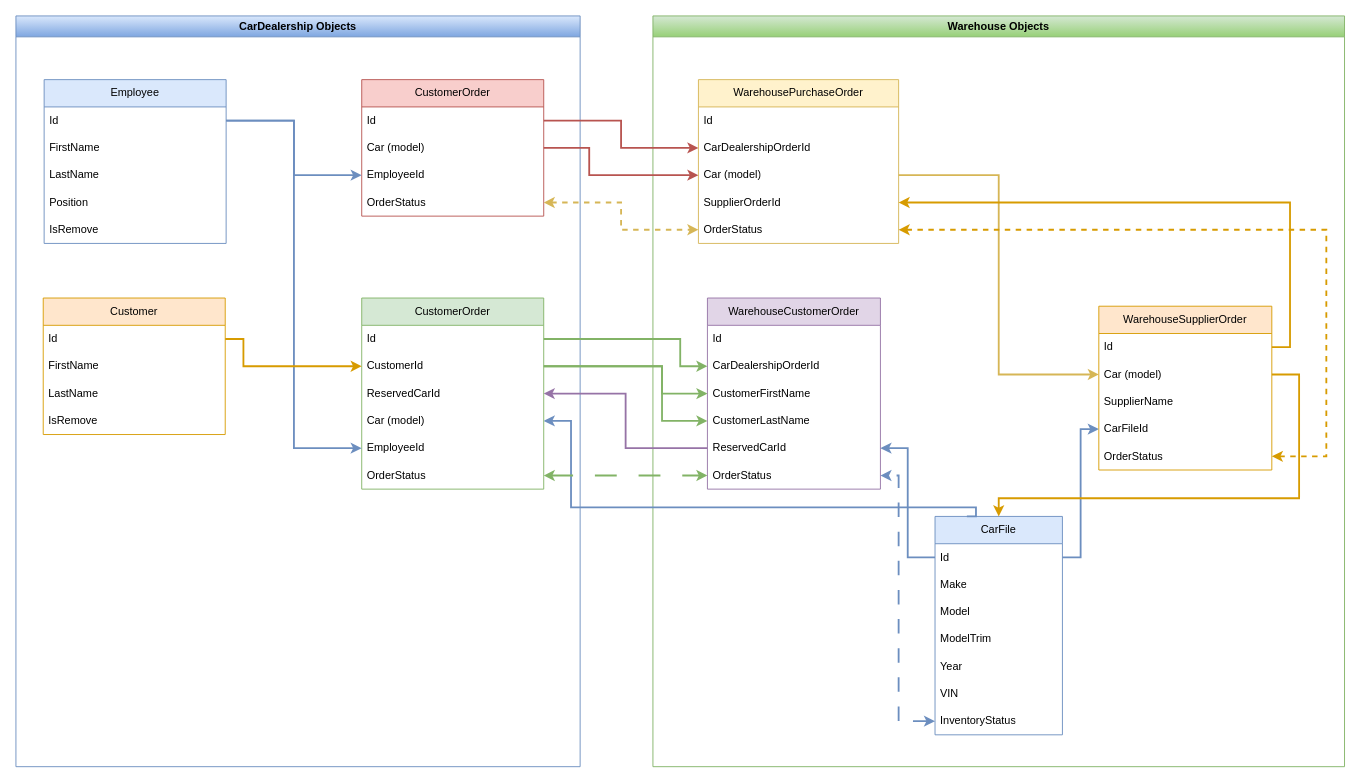
The draw.io diagram Object.drawio in capit33/CarDealership, before the edit. Source tidied: cells renumbered, new cells numbered last; positions are measured from the earlier drawing's top-left corner, leaving out a move shared by most shapes. Both pictures are drawn from the tidied source at 91%, with x=0, y=0 at pixel (15, 15).
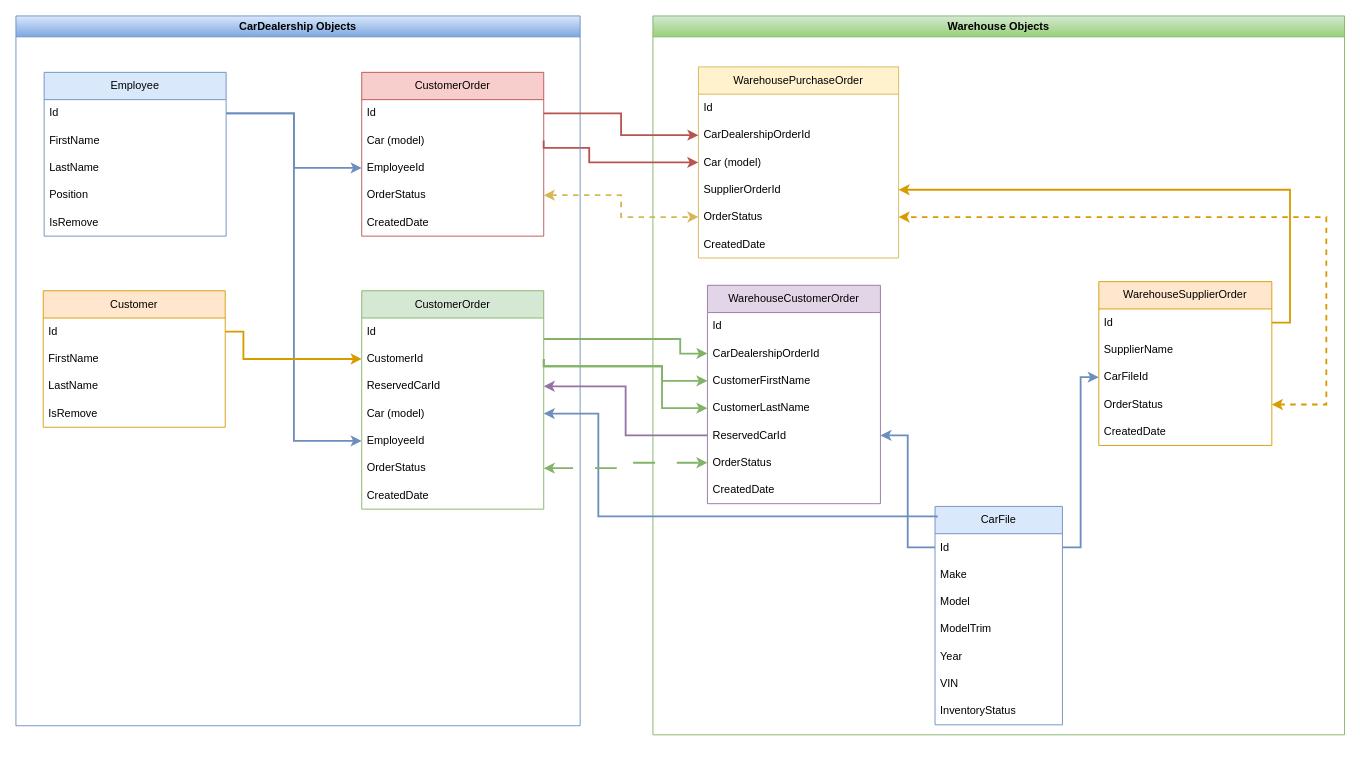
The same diagram, later.

Unchanged cells that the change refers to:
```xml
<mxCell id="10" value="InventoryStatus" style="text;strokeColor=none;fillColor=none;align=left;verticalAlign=middle;spacingLeft=4;spacingRight=4;overflow=hidden;points=[[0,0.5],[1,0.5]];portConstraint=eastwest;whiteSpace=wrap;html=1;" parent="3" vertex="1">
  <mxGeometry y="210" width="140" height="30" as="geometry" />
</mxCell>
<mxCell id="13" value="CarDealershipOrderId" style="text;strokeColor=none;fillColor=none;align=left;verticalAlign=middle;spacingLeft=4;spacingRight=4;overflow=hidden;points=[[0,0.5],[1,0.5]];portConstraint=eastwest;whiteSpace=wrap;html=1;" parent="11" vertex="1">
  <mxGeometry y="60" width="190.1" height="30" as="geometry" />
</mxCell>
<mxCell id="14" value="CustomerFirstName" style="text;strokeColor=none;fillColor=none;align=left;verticalAlign=middle;spacingLeft=4;spacingRight=4;overflow=hidden;points=[[0,0.5],[1,0.5]];portConstraint=eastwest;whiteSpace=wrap;html=1;" parent="11" vertex="1">
  <mxGeometry y="90" width="190.1" height="30" as="geometry" />
</mxCell>
<mxCell id="15" value="CustomerLastName" style="text;strokeColor=none;fillColor=none;align=left;verticalAlign=middle;spacingLeft=4;spacingRight=4;overflow=hidden;points=[[0,0.5],[1,0.5]];portConstraint=eastwest;whiteSpace=wrap;html=1;" parent="11" vertex="1">
  <mxGeometry y="120" width="190.1" height="30" as="geometry" />
</mxCell>
<mxCell id="17" value="OrderStatus" style="text;strokeColor=none;fillColor=none;align=left;verticalAlign=middle;spacingLeft=4;spacingRight=4;overflow=hidden;points=[[0,0.5],[1,0.5]];portConstraint=eastwest;whiteSpace=wrap;html=1;" parent="11" vertex="1">
  <mxGeometry y="180" width="190.1" height="30" as="geometry" />
</mxCell>
<mxCell id="21" value="Car (model)" style="text;strokeColor=none;fillColor=none;align=left;verticalAlign=middle;spacingLeft=4;spacingRight=4;overflow=hidden;points=[[0,0.5],[1,0.5]];portConstraint=eastwest;whiteSpace=wrap;html=1;" parent="18" vertex="1">
  <mxGeometry y="90" width="220" height="30" as="geometry" />
</mxCell>
<mxCell id="23" value="OrderStatus" style="text;strokeColor=none;fillColor=none;align=left;verticalAlign=middle;spacingLeft=4;spacingRight=4;overflow=hidden;points=[[0,0.5],[1,0.5]];portConstraint=eastwest;whiteSpace=wrap;html=1;" parent="18" vertex="1">
  <mxGeometry y="150" width="220" height="30" as="geometry" />
</mxCell>
<mxCell id="39" value="Id" style="text;strokeColor=none;fillColor=none;align=left;verticalAlign=middle;spacingLeft=4;spacingRight=4;overflow=hidden;points=[[0,0.5],[1,0.5]];portConstraint=eastwest;whiteSpace=wrap;html=1;" parent="38" vertex="1">
  <mxGeometry y="30" width="200" height="30" as="geometry" />
</mxCell>
<mxCell id="40" value="CustomerId" style="text;strokeColor=none;fillColor=none;align=left;verticalAlign=middle;spacingLeft=4;spacingRight=4;overflow=hidden;points=[[0,0.5],[1,0.5]];portConstraint=eastwest;whiteSpace=wrap;html=1;" parent="38" vertex="1">
  <mxGeometry y="60" width="200" height="30" as="geometry" />
</mxCell>
<mxCell id="42" value="Car (model)" style="text;strokeColor=none;fillColor=none;align=left;verticalAlign=middle;spacingLeft=4;spacingRight=4;overflow=hidden;points=[[0,0.5],[1,0.5]];portConstraint=eastwest;whiteSpace=wrap;html=1;" parent="38" vertex="1">
  <mxGeometry y="120" width="200" height="30" as="geometry" />
</mxCell>
<mxCell id="47" value="Car (model)" style="text;strokeColor=none;fillColor=none;align=left;verticalAlign=middle;spacingLeft=4;spacingRight=4;overflow=hidden;points=[[0,0.5],[1,0.5]];portConstraint=eastwest;whiteSpace=wrap;html=1;" parent="45" vertex="1">
  <mxGeometry y="60" width="200" height="30" as="geometry" />
</mxCell>
<mxCell id="51" value="Id" style="text;strokeColor=none;fillColor=none;align=left;verticalAlign=middle;spacingLeft=4;spacingRight=4;overflow=hidden;points=[[0,0.5],[1,0.5]];portConstraint=eastwest;whiteSpace=wrap;html=1;" parent="50" vertex="1">
  <mxGeometry y="30" width="200" height="30" as="geometry" />
</mxCell>
```

Change to the diagram source:
```diff
@@
     <mxCell id="2" value="Warehouse Objects" style="swimlane;whiteSpace=wrap;html=1;fillColor=#d5e8d4;strokeColor=#82b366;gradientColor=#97d077;" parent="1" vertex="1">
-      <mxGeometry x="700" width="760" height="825" as="geometry" />
+      <mxGeometry x="700" width="760" height="790" as="geometry" />
     </mxCell>
     <mxCell id="3" value="CarFile" style="swimlane;fontStyle=0;horizontal=1;startSize=30;whiteSpace=wrap;html=1;fillColor=#dae8fc;strokeColor=#6c8ebf;" parent="2" vertex="1">
-      <mxGeometry x="310" y="550" width="140" height="240" as="geometry" />
+      <mxGeometry x="310" y="539" width="140" height="240" as="geometry" />
     </mxCell>
@@
     <mxCell id="11" value="WarehouseCustomerOrder" style="swimlane;fontStyle=0;horizontal=1;startSize=30;whiteSpace=wrap;html=1;fillColor=#e1d5e7;strokeColor=#9673a6;" parent="2" vertex="1">
-      <mxGeometry x="59.9" y="310" width="190.1" height="210" as="geometry" />
+      <mxGeometry x="59.9" y="296" width="190.1" height="240" as="geometry" />
     </mxCell>
@@
+    <mxCell id="73" value="CreatedDate" style="text;strokeColor=none;fillColor=none;align=left;verticalAlign=middle;spacingLeft=4;spacingRight=4;overflow=hidden;whiteSpace=wrap;html=1;" parent="11" vertex="1">
+      <mxGeometry y="210" width="190.1" height="30" as="geometry" />
+    </mxCell>
     <mxCell id="18" value="WarehousePurchaseOrder" style="swimlane;fontStyle=0;horizontal=1;startSize=30;whiteSpace=wrap;html=1;fillColor=#fff2cc;strokeColor=#d6b656;" parent="2" vertex="1">
-      <mxGeometry x="50" y="70" width="220" height="180" as="geometry" />
+      <mxGeometry x="50" y="56" width="220" height="210" as="geometry" />
     </mxCell>
@@
+    <mxCell id="74" value="CreatedDate" style="text;strokeColor=none;fillColor=none;align=left;verticalAlign=middle;spacingLeft=4;spacingRight=4;overflow=hidden;whiteSpace=wrap;html=1;" parent="18" vertex="1">
+      <mxGeometry y="180" width="220" height="30" as="geometry" />
+    </mxCell>
     <mxCell id="24" value="WarehouseSupplierOrder" style="swimlane;fontStyle=0;horizontal=1;startSize=30;whiteSpace=wrap;html=1;fillColor=#ffe6cc;strokeColor=#d79b00;" parent="2" vertex="1">
-      <mxGeometry x="490" y="319" width="190.1" height="180" as="geometry" />
+      <mxGeometry x="490" y="292" width="190.1" height="180" as="geometry" />
     </mxCell>
@@
-    <mxCell id="26" value="Car (model)" style="text;strokeColor=none;fillColor=none;align=left;verticalAlign=middle;spacingLeft=4;spacingRight=4;overflow=hidden;points=[[0,0.5],[1,0.5]];portConstraint=eastwest;whiteSpace=wrap;html=1;" parent="24" vertex="1">
-      <mxGeometry y="60" width="190.1" height="30" as="geometry" />
-    </mxCell>
     <mxCell id="27" value="SupplierName" style="text;strokeColor=none;fillColor=none;align=left;verticalAlign=middle;spacingLeft=4;spacingRight=4;overflow=hidden;whiteSpace=wrap;html=1;" parent="24" vertex="1">
-      <mxGeometry y="90" width="190.1" height="30" as="geometry" />
+      <mxGeometry y="60" width="190.1" height="30" as="geometry" />
     </mxCell>
     <mxCell id="28" value="CarFileId" style="text;strokeColor=none;fillColor=none;align=left;verticalAlign=middle;spacingLeft=4;spacingRight=4;overflow=hidden;points=[[0,0.5],[1,0.5]];portConstraint=eastwest;whiteSpace=wrap;html=1;" parent="24" vertex="1">
-      <mxGeometry y="120" width="190.1" height="30" as="geometry" />
+      <mxGeometry y="90" width="190.1" height="30" as="geometry" />
     </mxCell>
     <mxCell id="29" value="OrderStatus" style="text;strokeColor=none;fillColor=none;align=left;verticalAlign=middle;spacingLeft=4;spacingRight=4;overflow=hidden;points=[[0,0.5],[1,0.5]];portConstraint=eastwest;whiteSpace=wrap;html=1;" parent="24" vertex="1">
-      <mxGeometry y="150" width="190.1" height="30" as="geometry" />
+      <mxGeometry y="120" width="190.1" height="30" as="geometry" />
     </mxCell>
+    <mxCell id="75" value="CreatedDate" style="text;strokeColor=none;fillColor=none;align=left;verticalAlign=middle;spacingLeft=4;spacingRight=4;overflow=hidden;whiteSpace=wrap;html=1;" parent="24" vertex="1">
+      <mxGeometry y="150" width="190.1" height="30" as="geometry" />
+    </mxCell>
@@
-    <mxCell id="31" style="rounded=0;jettySize=auto;html=1;entryX=0;entryY=0.5;entryDx=0;entryDy=0;fillColor=#fff2cc;strokeColor=#d6b656;strokeWidth=2;exitX=1;exitY=0.5;exitDx=0;exitDy=0;edgeStyle=orthogonalEdgeStyle;" parent="2" edge="1" source="21" target="26">
-      <mxGeometry relative="1" as="geometry" />
-    </mxCell>
@@
-    <mxCell id="33" style="rounded=0;jettySize=auto;html=1;fillColor=#ffe6cc;strokeColor=#d79b00;dashed=1;strokeWidth=2;exitX=1;exitY=0.5;exitDx=0;exitDy=0;edgeStyle=orthogonalEdgeStyle;startArrow=classic;startFill=1;" parent="2" edge="1" source="29" target="23">
+    <mxCell id="33" style="rounded=0;jettySize=auto;html=1;fillColor=#ffe6cc;strokeColor=#d79b00;dashed=1;strokeWidth=2;exitX=1;exitY=0.5;exitDx=0;exitDy=0;edgeStyle=elbowEdgeStyle;startArrow=classic;startFill=1;" parent="2" edge="1" source="29" target="23">
       <mxGeometry relative="1" as="geometry">
         <Array as="points">
-          <mxPoint x="740" y="484" />
-          <mxPoint x="740" y="235" />
+          <mxPoint x="740" y="350" />
         </Array>
       </mxGeometry>
     </mxCell>
-    <mxCell id="34" style="edgeStyle=orthogonalEdgeStyle;rounded=0;jettySize=auto;html=1;exitX=0;exitY=0.5;exitDx=0;exitDy=0;entryX=1;entryY=0.5;entryDx=0;entryDy=0;dashed=1;fillColor=#dae8fc;strokeColor=#6c8ebf;startArrow=classic;startFill=1;dashPattern=8 8;strokeWidth=2;" parent="2" edge="1" source="10" target="17">
-      <mxGeometry relative="1" as="geometry">
-        <Array as="points">
-          <mxPoint x="270" y="775" />
-          <mxPoint x="270" y="505" />
-        </Array>
-      </mxGeometry>
-    </mxCell>
@@
-    <mxCell id="36" style="edgeStyle=orthogonalEdgeStyle;rounded=0;jettySize=auto;html=1;entryX=0.5;entryY=0;entryDx=0;entryDy=0;exitX=1;exitY=0.5;exitDx=0;exitDy=0;fillColor=#ffe6cc;strokeColor=#d79b00;strokeWidth=2;" parent="2" edge="1" source="26" target="3">
-      <mxGeometry relative="1" as="geometry">
-        <Array as="points">
-          <mxPoint x="710.1" y="394" />
-          <mxPoint x="710.1" y="530" />
-          <mxPoint x="380.1" y="530" />
-        </Array>
-      </mxGeometry>
-    </mxCell>
+    <mxCell id="65" style="rounded=0;orthogonalLoop=1;jettySize=auto;html=1;exitX=1;exitY=0.5;exitDx=0;exitDy=0;entryX=0;entryY=0.5;entryDx=0;entryDy=0;strokeWidth=2;fillColor=#f8cecc;strokeColor=#b85450;edgeStyle=orthogonalEdgeStyle;" parent="2" edge="1">
+      <mxGeometry relative="1" as="geometry">
+        <mxPoint x="-120.1" y="137" as="sourcePoint" />
+        <mxPoint x="49.9" y="161" as="targetPoint" />
+        <Array as="points">
+          <mxPoint x="-120" y="145" />
+          <mxPoint x="-70" y="145" />
+          <mxPoint x="-70" y="161" />
+        </Array>
+      </mxGeometry>
+    </mxCell>
     <mxCell id="37" value="CarDealership Objects" style="swimlane;whiteSpace=wrap;html=1;fillColor=#dae8fc;strokeColor=#6c8ebf;gradientColor=#7ea6e0;" parent="1" vertex="1">
-      <mxGeometry width="620" height="825" as="geometry" />
+      <mxGeometry width="620" height="780" as="geometry" />
     </mxCell>
     <mxCell id="38" value="CustomerOrder" style="swimlane;fontStyle=0;horizontal=1;startSize=30;whiteSpace=wrap;html=1;fillColor=#d5e8d4;strokeColor=#82b366;" parent="37" vertex="1">
-      <mxGeometry x="380" y="310" width="200" height="210" as="geometry" />
+      <mxGeometry x="380" y="302" width="200" height="240" as="geometry" />
     </mxCell>
@@
+    <mxCell id="76" value="CreatedDate" style="text;strokeColor=none;fillColor=none;align=left;verticalAlign=middle;spacingLeft=4;spacingRight=4;overflow=hidden;whiteSpace=wrap;html=1;" parent="38" vertex="1">
+      <mxGeometry y="210" width="200" height="30" as="geometry" />
+    </mxCell>
     <mxCell id="45" value="CustomerOrder" style="swimlane;fontStyle=0;horizontal=1;startSize=30;whiteSpace=wrap;html=1;fillColor=#f8cecc;strokeColor=#b85450;" parent="37" vertex="1">
-      <mxGeometry x="380" y="70" width="200" height="150" as="geometry" />
+      <mxGeometry x="380" y="62" width="200" height="180" as="geometry" />
     </mxCell>
@@
+    <mxCell id="77" value="CreatedDate" style="text;strokeColor=none;fillColor=none;align=left;verticalAlign=middle;spacingLeft=4;spacingRight=4;overflow=hidden;whiteSpace=wrap;html=1;" parent="45" vertex="1">
+      <mxGeometry y="150" width="200" height="30" as="geometry" />
+    </mxCell>
     <mxCell id="50" value="Customer" style="swimlane;fontStyle=0;horizontal=1;startSize=30;whiteSpace=wrap;html=1;fillColor=#ffe6cc;strokeColor=#d79b00;" parent="37" vertex="1">
-      <mxGeometry x="30" y="310" width="200" height="150" as="geometry" />
+      <mxGeometry x="30" y="302" width="200" height="150" as="geometry" />
     </mxCell>
@@
     <mxCell id="55" value="Employee" style="swimlane;fontStyle=0;horizontal=1;startSize=30;whiteSpace=wrap;html=1;fillColor=#dae8fc;strokeColor=#6c8ebf;" parent="37" vertex="1">
-      <mxGeometry x="31" y="70" width="200" height="180" as="geometry" />
+      <mxGeometry x="31" y="62" width="200" height="180" as="geometry" />
     </mxCell>
@@
     <mxCell id="63" style="edgeStyle=orthogonalEdgeStyle;rounded=0;jettySize=auto;html=1;exitX=1;exitY=0.5;exitDx=0;exitDy=0;entryX=0;entryY=0.5;entryDx=0;entryDy=0;fillColor=#ffe6cc;strokeColor=#d79b00;strokeWidth=2;" parent="37" edge="1" source="51" target="40">
       <mxGeometry relative="1" as="geometry">
         <Array as="points">
-          <mxPoint x="250" y="355" />
-          <mxPoint x="250" y="385" />
+          <mxPoint x="250" y="347" />
+          <mxPoint x="250" y="377" />
         </Array>
       </mxGeometry>
     </mxCell>
@@
-    <mxCell id="65" style="rounded=0;jettySize=auto;html=1;exitX=1;exitY=0.5;exitDx=0;exitDy=0;entryX=0;entryY=0.5;entryDx=0;entryDy=0;strokeWidth=2;fillColor=#f8cecc;strokeColor=#b85450;edgeStyle=orthogonalEdgeStyle;" parent="1" edge="1" source="47" target="21">
-      <mxGeometry relative="1" as="geometry">
-        <Array as="points">
-          <mxPoint x="630" y="145" />
-          <mxPoint x="630" y="175" />
-        </Array>
-      </mxGeometry>
-    </mxCell>
     <mxCell id="66" style="edgeStyle=orthogonalEdgeStyle;rounded=0;jettySize=auto;html=1;entryX=0;entryY=0.5;entryDx=0;entryDy=0;strokeWidth=2;fillColor=#d5e8d4;strokeColor=#82b366;" parent="1" edge="1" source="39" target="13">
       <mxGeometry relative="1" as="geometry">
         <Array as="points">
           <mxPoint x="730" y="355" />
-          <mxPoint x="730" y="385" />
+          <mxPoint x="730" y="371" />
         </Array>
       </mxGeometry>
     </mxCell>
-    <mxCell id="67" style="rounded=0;jettySize=auto;html=1;exitX=0.25;exitY=0;exitDx=0;exitDy=0;entryX=1;entryY=0.5;entryDx=0;entryDy=0;fillColor=#dae8fc;strokeColor=#6c8ebf;edgeStyle=orthogonalEdgeStyle;strokeWidth=2;" parent="1" edge="1" source="3" target="42">
+    <mxCell id="67" style="rounded=0;jettySize=auto;html=1;exitX=0.014;exitY=0.051;exitDx=0;exitDy=0;entryX=1;entryY=0.5;entryDx=0;entryDy=0;fillColor=#dae8fc;strokeColor=#6c8ebf;strokeWidth=2;exitPerimeter=0;edgeStyle=orthogonalEdgeStyle;" parent="1" edge="1" source="3" target="42">
       <mxGeometry relative="1" as="geometry">
         <Array as="points">
-          <mxPoint x="1055" y="540" />
-          <mxPoint x="610" y="540" />
-          <mxPoint x="610" y="445" />
+          <mxPoint x="1012" y="550" />
+          <mxPoint x="640" y="550" />
+          <mxPoint x="640" y="437" />
         </Array>
       </mxGeometry>
     </mxCell>
@@
     <mxCell id="69" style="rounded=0;jettySize=auto;html=1;exitX=1;exitY=0.5;exitDx=0;exitDy=0;entryX=0;entryY=0.5;entryDx=0;entryDy=0;fillColor=#d5e8d4;strokeColor=#82b366;strokeWidth=2;edgeStyle=orthogonalEdgeStyle;" parent="1" edge="1" source="40" target="14">
       <mxGeometry relative="1" as="geometry">
         <Array as="points">
+          <mxPoint x="580" y="385" />
           <mxPoint x="710" y="385" />
-          <mxPoint x="710" y="415" />
+          <mxPoint x="710" y="401" />
         </Array>
       </mxGeometry>
     </mxCell>
     <mxCell id="70" style="rounded=0;jettySize=auto;html=1;exitX=1;exitY=0.5;exitDx=0;exitDy=0;entryX=0;entryY=0.5;entryDx=0;entryDy=0;fillColor=#d5e8d4;strokeColor=#82b366;strokeWidth=2;edgeStyle=orthogonalEdgeStyle;" parent="1" edge="1" source="40" target="15">
       <mxGeometry relative="1" as="geometry">
         <Array as="points">
+          <mxPoint x="580" y="385" />
           <mxPoint x="710" y="385" />
-          <mxPoint x="710" y="445" />
+          <mxPoint x="710" y="431" />
         </Array>
       </mxGeometry>
     </mxCell>
```
